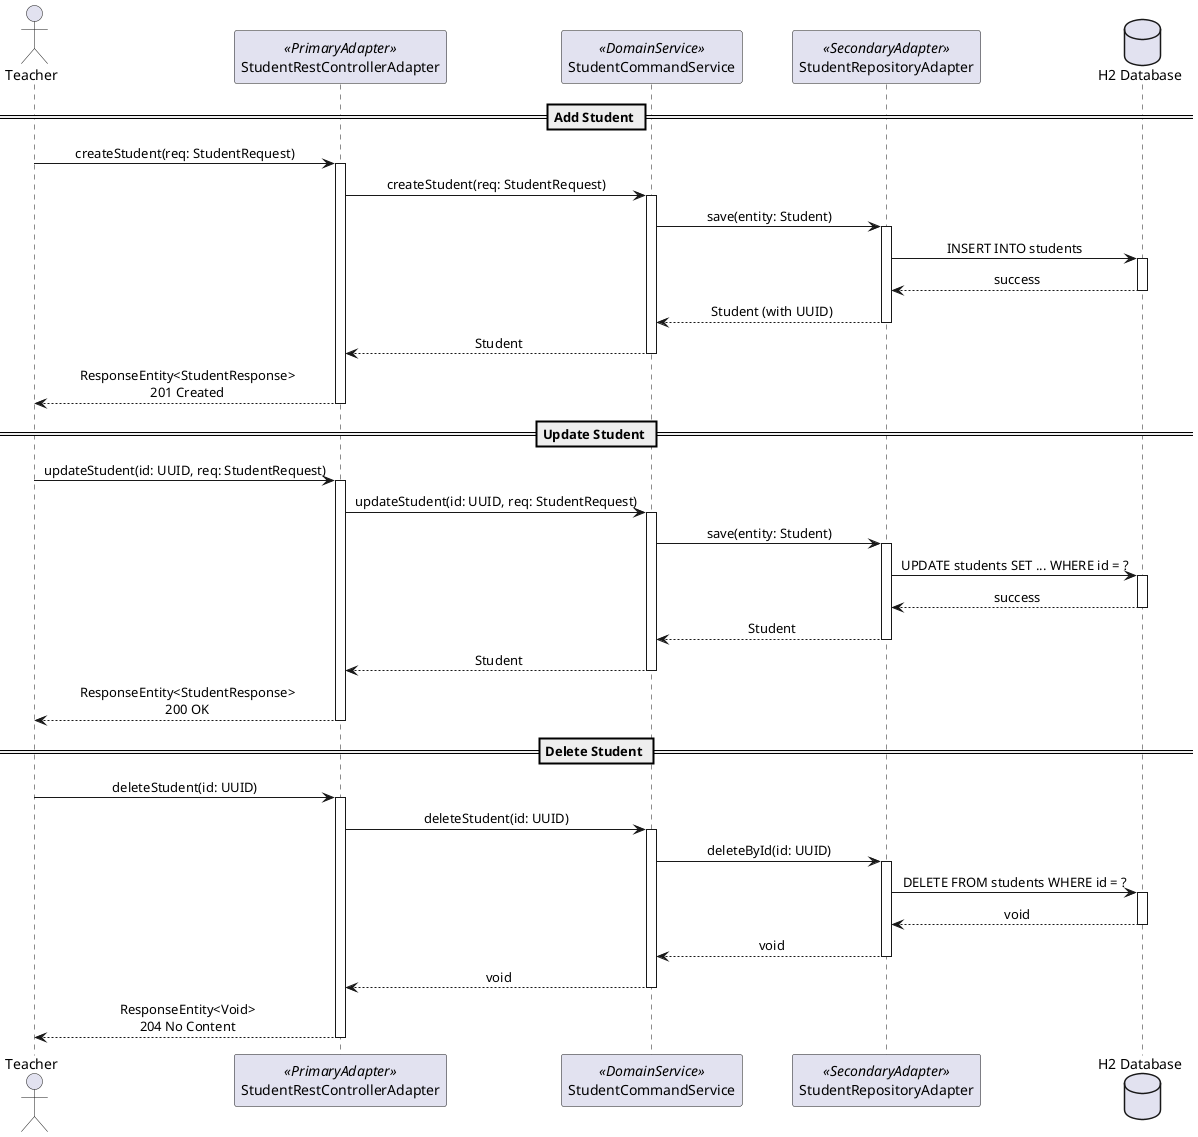
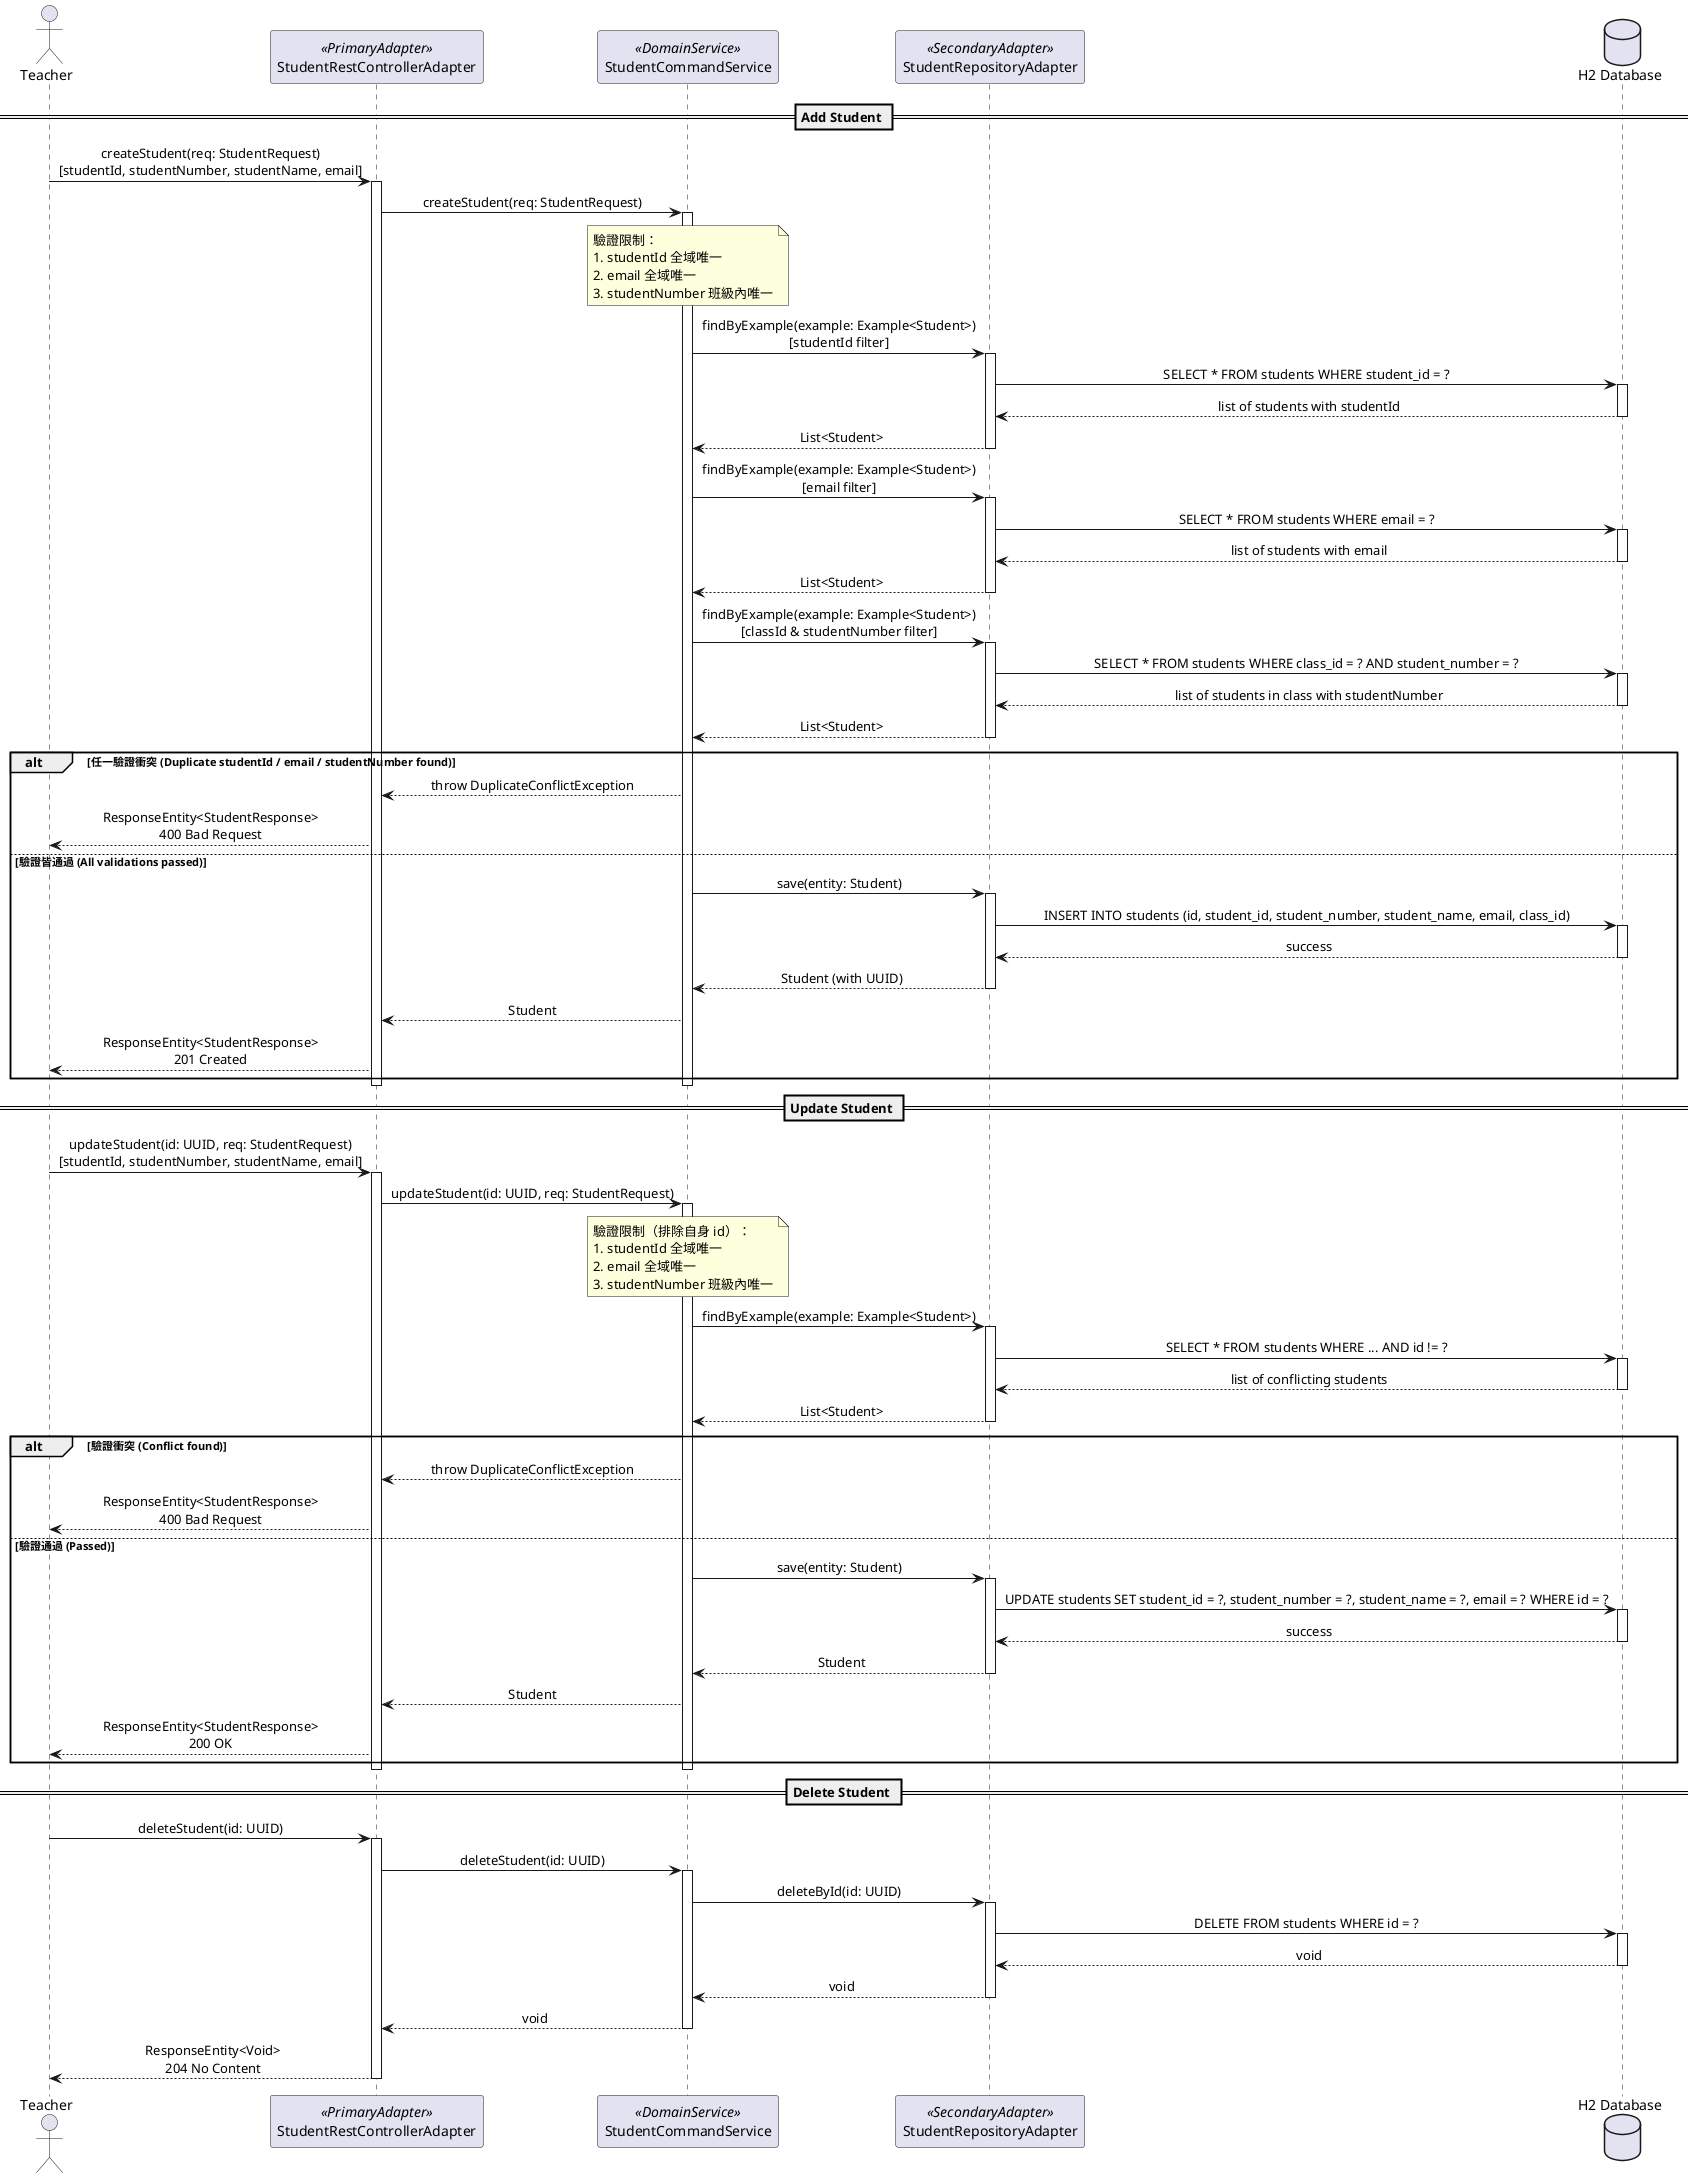
@startuml user-student-management
!pragma layout smetana
skinparam backgroundColor #FFFFFF
skinparam sequence {
    ParticipantPadding 20
    MessageAlign center
}

' ── 對應契約: student_contract.puml ──────────────────────────────────────────
- ' RestController → CommandService/QueryService → Repository
- ' Primary Adapter 不得直接呼叫 Secondary Adapter (Hexagonal Integrity)
+ ' ── 對應 BDD: student_management.feature ────────────────────────────────────

actor "Teacher" as U
participant "StudentRestControllerAdapter" as PA <<PrimaryAdapter>>
participant "StudentCommandService" as CS <<DomainService>>
participant "StudentRepositoryAdapter" as SA <<SecondaryAdapter>>
database "H2 Database" as DB

== Add Student ==
- U -> PA : createStudent(req: StudentRequest)
+ U -> PA : createStudent(req: StudentRequest)\n[studentId, studentNumber, studentName, email]
activate PA

PA -> CS : createStudent(req: StudentRequest)
activate CS

- CS -> SA : save(entity: Student)
+ note over CS
+   驗證限制：
+   1. studentId 全域唯一
+   2. email 全域唯一
+   3. studentNumber 班級內唯一
+ end note
+ 
+ ' 1. studentId global unique check
+ CS -> SA : findByExample(example: Example<Student>)\n[studentId filter]
activate SA
- SA -> DB : INSERT INTO students
+ SA -> DB : SELECT * FROM students WHERE student_id = ?
activate DB
- DB --> SA : success
+ DB --> SA : list of students with studentId
deactivate DB
- SA --> CS : Student (with UUID)
+ SA --> CS : List<Student>
deactivate SA

- CS --> PA : Student
+ ' 2. email global unique check
+ CS -> SA : findByExample(example: Example<Student>)\n[email filter]
+ activate SA
+ SA -> DB : SELECT * FROM students WHERE email = ?
+ activate DB
+ DB --> SA : list of students with email
+ deactivate DB
+ SA --> CS : List<Student>
+ deactivate SA
+ 
+ ' 3. studentNumber class unique check
+ CS -> SA : findByExample(example: Example<Student>)\n[classId & studentNumber filter]
+ activate SA
+ SA -> DB : SELECT * FROM students WHERE class_id = ? AND student_number = ?
+ activate DB
+ DB --> SA : list of students in class with studentNumber
+ deactivate DB
+ SA --> CS : List<Student>
+ deactivate SA
+ 
+ alt 任一驗證衝突 (Duplicate studentId / email / studentNumber found)
+     CS --> PA : throw DuplicateConflictException
+     PA --> U : ResponseEntity<StudentResponse>\n400 Bad Request
+ else 驗證皆通過 (All validations passed)
+     CS -> SA : save(entity: Student)
+     activate SA
+     SA -> DB : INSERT INTO students (id, student_id, student_number, student_name, email, class_id)
+     activate DB
+     DB --> SA : success
+     deactivate DB
+     SA --> CS : Student (with UUID)
+     deactivate SA
+     CS --> PA : Student
+     PA --> U : ResponseEntity<StudentResponse>\n201 Created
+ end
deactivate CS
- 
- PA --> U : ResponseEntity<StudentResponse>\n201 Created
deactivate PA

== Update Student ==
- U -> PA : updateStudent(id: UUID, req: StudentRequest)
+ U -> PA : updateStudent(id: UUID, req: StudentRequest)\n[studentId, studentNumber, studentName, email]
activate PA

PA -> CS : updateStudent(id: UUID, req: StudentRequest)
activate CS

- CS -> SA : save(entity: Student)
+ note over CS
+   驗證限制（排除自身 id）：
+   1. studentId 全域唯一
+   2. email 全域唯一
+   3. studentNumber 班級內唯一
+ end note
+ 
+ CS -> SA : findByExample(example: Example<Student>)
activate SA
- SA -> DB : UPDATE students SET ... WHERE id = ?
+ SA -> DB : SELECT * FROM students WHERE ... AND id != ?
activate DB
- DB --> SA : success
+ DB --> SA : list of conflicting students
deactivate DB
- SA --> CS : Student
+ SA --> CS : List<Student>
deactivate SA

- CS --> PA : Student
+ alt 驗證衝突 (Conflict found)
+     CS --> PA : throw DuplicateConflictException
+     PA --> U : ResponseEntity<StudentResponse>\n400 Bad Request
+ else 驗證通過 (Passed)
+     CS -> SA : save(entity: Student)
+     activate SA
+     SA -> DB : UPDATE students SET student_id = ?, student_number = ?, student_name = ?, email = ? WHERE id = ?
+     activate DB
+     DB --> SA : success
+     deactivate DB
+     SA --> CS : Student
+     deactivate SA
+     CS --> PA : Student
+     PA --> U : ResponseEntity<StudentResponse>\n200 OK
+ end
deactivate CS
- 
- PA --> U : ResponseEntity<StudentResponse>\n200 OK
deactivate PA

== Delete Student ==
U -> PA : deleteStudent(id: UUID)
activate PA

PA -> CS : deleteStudent(id: UUID)
activate CS

CS -> SA : deleteById(id: UUID)
activate SA
SA -> DB : DELETE FROM students WHERE id = ?
activate DB
DB --> SA : void
deactivate DB
SA --> CS : void
deactivate SA

CS --> PA : void
deactivate CS

PA --> U : ResponseEntity<Void>\n204 No Content
deactivate PA

@enduml
